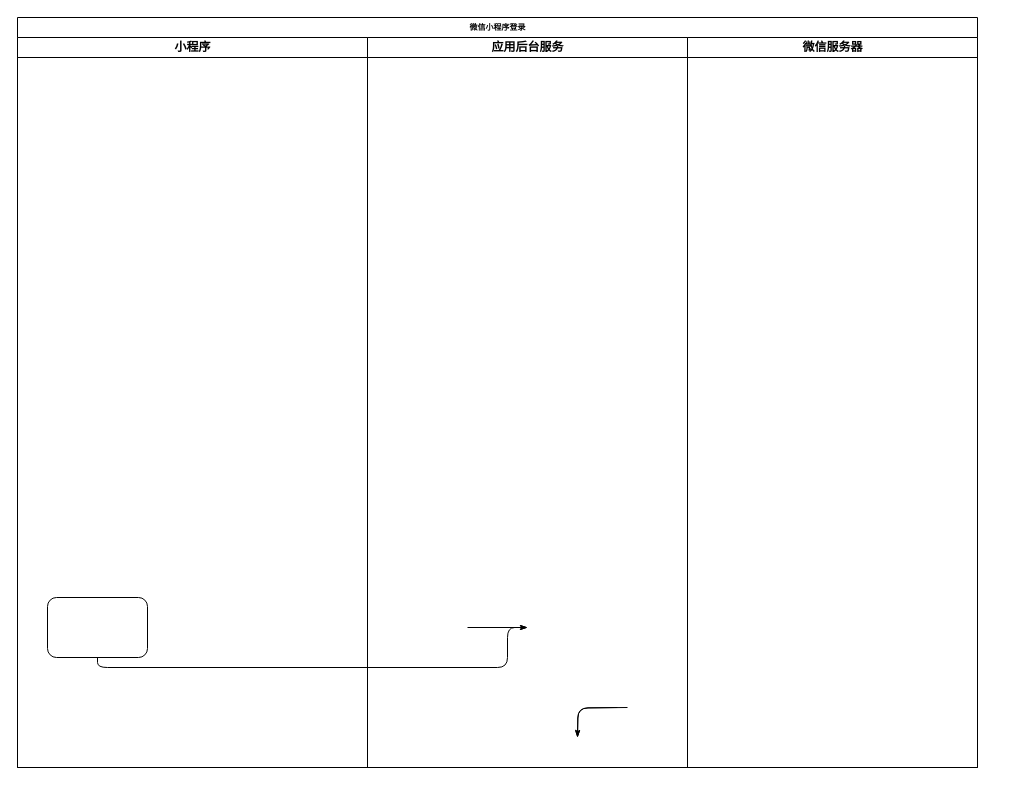
Above: 教育小程序登录.drawio in liangdengming/diagrams (draw.io), before the change. Source tidied: cells renumbered, new cells numbered last; positions are measured from the earlier drawing's top-left corner, leaving out a move shared by most shapes. Both pictures are drawn from the tidied source at 100%, with x=0, y=0 at pixel (17, 17).
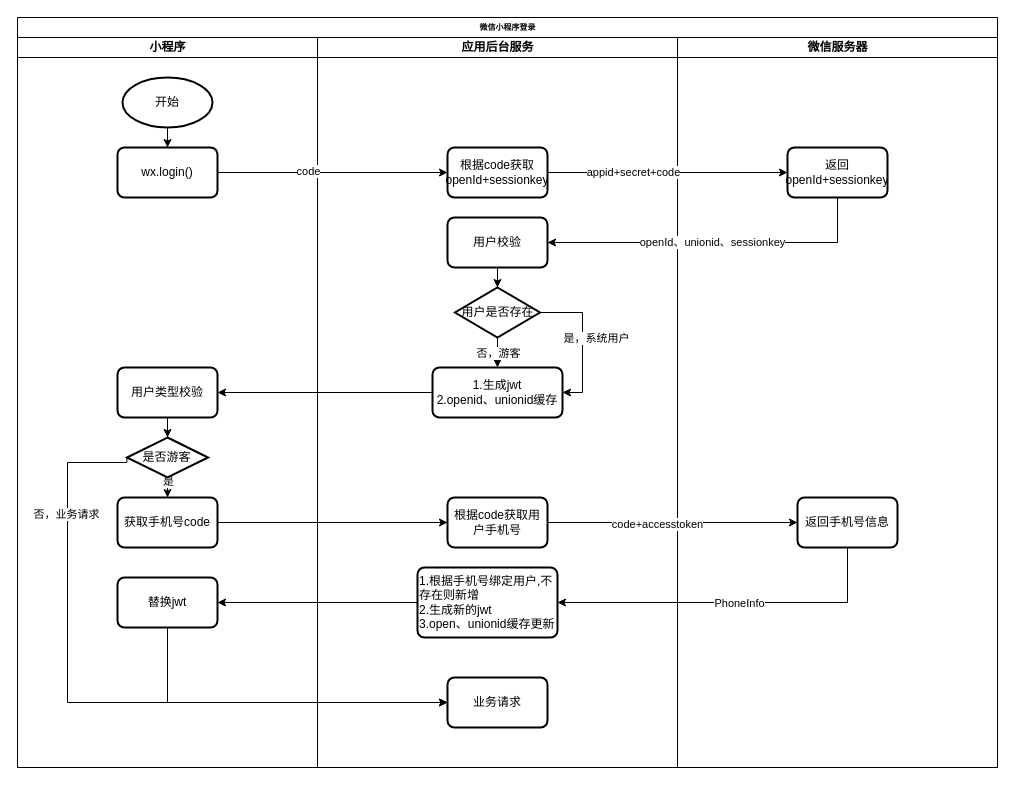
The same page after the edit.

Commit message (it also covers changes not shown here):
教育小程序登录.drawio

The edit, as a diff of the source:
```diff
@@
     <mxCell id="2" value="微信小程序登录" style="swimlane;html=1;startSize=20;rounded=0;shadow=0;labelBackgroundColor=none;strokeWidth=1;fontFamily=Verdana;fontSize=8;align=center;" parent="1" vertex="1">
-      <mxGeometry width="960" height="750" as="geometry" />
+      <mxGeometry width="980" height="750" as="geometry" />
     </mxCell>
     <mxCell id="3" value="小程序" style="swimlane;html=1;startSize=20;" parent="2" vertex="1">
-      <mxGeometry y="20" width="350" height="730" as="geometry" />
+      <mxGeometry y="20" width="300" height="730" as="geometry" />
     </mxCell>
-    <mxCell id="4" style="rounded=1;whiteSpace=wrap;html=1;shadow=0;labelBackgroundColor=none;strokeWidth=1;fontFamily=Verdana;fontSize=8;align=center;" parent="3" vertex="1">
-      <mxGeometry x="30" y="560" width="100" height="60" as="geometry" />
-    </mxCell>
-    <mxCell id="5" style="edgeStyle=orthogonalEdgeStyle;rounded=1;html=1;labelBackgroundColor=none;startArrow=none;startFill=0;startSize=5;endArrow=classicThin;endFill=1;endSize=5;jettySize=auto;orthogonalLoop=1;strokeWidth=1;fontFamily=Verdana;fontSize=8;" parent="2" edge="1">
-      <mxGeometry relative="1" as="geometry">
-        <mxPoint x="600" y="690" as="sourcePoint" />
-        <mxPoint x="560" y="720" as="targetPoint" />
-      </mxGeometry>
-    </mxCell>
-    <mxCell id="6" style="edgeStyle=orthogonalEdgeStyle;rounded=1;html=1;labelBackgroundColor=none;startArrow=none;startFill=0;startSize=5;endArrow=classicThin;endFill=1;endSize=5;jettySize=auto;orthogonalLoop=1;strokeWidth=1;fontFamily=Verdana;fontSize=8;" parent="2" edge="1">
-      <mxGeometry relative="1" as="geometry">
-        <mxPoint x="610" y="690" as="sourcePoint" />
-        <mxPoint x="560" y="720" as="targetPoint" />
-      </mxGeometry>
-    </mxCell>
-    <mxCell id="7" style="edgeStyle=orthogonalEdgeStyle;rounded=1;html=1;labelBackgroundColor=none;startArrow=none;startFill=0;startSize=5;endArrow=classicThin;endFill=1;endSize=5;jettySize=auto;strokeWidth=1;fontFamily=Verdana;fontSize=8;" parent="2" edge="1" source="4">
-      <mxGeometry relative="1" as="geometry">
-        <mxPoint x="510" y="610" as="targetPoint" />
-        <Array as="points">
-          <mxPoint x="80" y="650" />
-          <mxPoint x="490" y="650" />
-          <mxPoint x="490" y="610" />
-        </Array>
-      </mxGeometry>
-    </mxCell>
-    <mxCell id="8" style="edgeStyle=orthogonalEdgeStyle;rounded=1;html=1;labelBackgroundColor=none;startArrow=none;startFill=0;startSize=5;endArrow=classicThin;endFill=1;endSize=5;jettySize=auto;orthogonalLoop=1;strokeWidth=1;fontFamily=Verdana;fontSize=8;" parent="2" edge="1">
-      <mxGeometry relative="1" as="geometry">
-        <mxPoint x="450" y="610" as="sourcePoint" />
-        <mxPoint x="510" y="610" as="targetPoint" />
-      </mxGeometry>
-    </mxCell>
+    <mxCell id="11" style="edgeStyle=orthogonalEdgeStyle;rounded=0;jettySize=auto;html=1;entryX=0.5;entryY=0;entryDx=0;entryDy=0;" parent="3" edge="1" source="12" target="13">
+      <mxGeometry relative="1" as="geometry" />
+    </mxCell>
+    <mxCell id="12" value="开始" style="strokeWidth=2;html=1;shape=mxgraph.flowchart.start_1;whiteSpace=wrap;" parent="3" vertex="1">
+      <mxGeometry x="105" y="40" width="90" height="50" as="geometry" />
+    </mxCell>
+    <mxCell id="13" value="wx.login()" style="rounded=1;whiteSpace=wrap;html=1;absoluteArcSize=1;arcSize=14;strokeWidth=2;" parent="3" vertex="1">
+      <mxGeometry x="100" y="110" width="100" height="50" as="geometry" />
+    </mxCell>
+    <mxCell id="14" style="edgeStyle=orthogonalEdgeStyle;rounded=0;jettySize=auto;html=1;" parent="3" edge="1" source="15" target="18">
+      <mxGeometry relative="1" as="geometry" />
+    </mxCell>
+    <mxCell id="15" value="用户类型校验" style="rounded=1;whiteSpace=wrap;html=1;absoluteArcSize=1;arcSize=14;strokeWidth=2;" parent="3" vertex="1">
+      <mxGeometry x="100" y="330" width="100" height="50" as="geometry" />
+    </mxCell>
+    <mxCell id="16" style="edgeStyle=orthogonalEdgeStyle;rounded=0;jettySize=auto;html=1;entryX=0.5;entryY=0;entryDx=0;entryDy=0;" parent="3" edge="1" source="18" target="19">
+      <mxGeometry relative="1" as="geometry" />
+    </mxCell>
+    <mxCell id="17" value="是" style="edgeLabel;html=1;align=center;verticalAlign=middle;" parent="16" vertex="1">
+      <mxGeometry x="0.22" relative="1" as="geometry" />
+    </mxCell>
+    <mxCell id="18" value="是否游客" style="strokeWidth=2;html=1;shape=mxgraph.flowchart.decision;whiteSpace=wrap;" parent="3" vertex="1">
+      <mxGeometry x="109.4" y="400" width="81.2" height="40" as="geometry" />
+    </mxCell>
+    <mxCell id="19" value="获取手机号code" style="rounded=1;whiteSpace=wrap;html=1;absoluteArcSize=1;arcSize=14;strokeWidth=2;" parent="3" vertex="1">
+      <mxGeometry x="100" y="460" width="100" height="50" as="geometry" />
+    </mxCell>
+    <mxCell id="20" value="替换jwt" style="rounded=1;whiteSpace=wrap;html=1;absoluteArcSize=1;arcSize=14;strokeWidth=2;" parent="3" vertex="1">
+      <mxGeometry x="100" y="540" width="100" height="50" as="geometry" />
+    </mxCell>
     <mxCell id="9" value="应用后台服务" style="swimlane;html=1;startSize=20;" parent="2" vertex="1">
-      <mxGeometry x="350" y="20" width="320" height="730" as="geometry" />
+      <mxGeometry x="300" y="20" width="360" height="730" as="geometry" />
     </mxCell>
+    <mxCell id="21" value="根据code获取openId+sessionkey" style="rounded=1;whiteSpace=wrap;html=1;absoluteArcSize=1;arcSize=14;strokeWidth=2;" parent="9" vertex="1">
+      <mxGeometry x="130" y="110" width="100" height="50" as="geometry" />
+    </mxCell>
+    <mxCell id="22" style="edgeStyle=orthogonalEdgeStyle;rounded=0;jettySize=auto;html=1;entryX=0.5;entryY=0;entryDx=0;entryDy=0;entryPerimeter=0;" parent="9" edge="1" source="23" target="28">
+      <mxGeometry relative="1" as="geometry" />
+    </mxCell>
+    <mxCell id="23" value="用户校验" style="rounded=1;whiteSpace=wrap;html=1;absoluteArcSize=1;arcSize=14;strokeWidth=2;" parent="9" vertex="1">
+      <mxGeometry x="130" y="180" width="100" height="50" as="geometry" />
+    </mxCell>
+    <mxCell id="24" style="edgeStyle=orthogonalEdgeStyle;rounded=0;jettySize=auto;html=1;entryX=0.5;entryY=0;entryDx=0;entryDy=0;" parent="9" edge="1" source="28" target="29">
+      <mxGeometry relative="1" as="geometry" />
+    </mxCell>
+    <mxCell id="25" value="否，游客" style="edgeLabel;html=1;align=center;verticalAlign=middle;" parent="24" vertex="1">
+      <mxGeometry x="-0.42" y="2" relative="1" as="geometry">
+        <mxPoint x="-2" as="offset" />
+      </mxGeometry>
+    </mxCell>
+    <mxCell id="26" style="edgeStyle=orthogonalEdgeStyle;rounded=0;jettySize=auto;html=1;entryX=1;entryY=0.5;entryDx=0;entryDy=0;exitX=1;exitY=0.5;exitDx=0;exitDy=0;exitPerimeter=0;" parent="9" edge="1" source="28" target="29">
+      <mxGeometry relative="1" as="geometry" />
+    </mxCell>
+    <mxCell id="27" value="是，系统用户" style="edgeLabel;html=1;align=center;verticalAlign=middle;" parent="26" vertex="1">
+      <mxGeometry x="-0.51" y="-1" relative="1" as="geometry">
+        <mxPoint x="21" y="24" as="offset" />
+      </mxGeometry>
+    </mxCell>
+    <mxCell id="28" value="用户是否存在" style="strokeWidth=2;html=1;shape=mxgraph.flowchart.decision;whiteSpace=wrap;" parent="9" vertex="1">
+      <mxGeometry x="137.5" y="250" width="85" height="50" as="geometry" />
+    </mxCell>
+    <mxCell id="29" value="1.生成jwt&lt;br&gt;2.openid、unionid缓存" style="rounded=1;whiteSpace=wrap;html=1;absoluteArcSize=1;arcSize=14;strokeWidth=2;" parent="9" vertex="1">
+      <mxGeometry x="115" y="330" width="130" height="50" as="geometry" />
+    </mxCell>
+    <mxCell id="30" value="根据code获取用户手机号" style="rounded=1;whiteSpace=wrap;html=1;absoluteArcSize=1;arcSize=14;strokeWidth=2;" parent="9" vertex="1">
+      <mxGeometry x="130" y="460" width="100" height="50" as="geometry" />
+    </mxCell>
+    <mxCell id="31" value="1.根据手机号绑定用户,不存在则新增&lt;br&gt;2.生成新的jwt&lt;br&gt;3.open、unionid缓存更新" style="rounded=1;whiteSpace=wrap;html=1;absoluteArcSize=1;arcSize=14;strokeWidth=2;align=left;" parent="9" vertex="1">
+      <mxGeometry x="100" y="530" width="140" height="70" as="geometry" />
+    </mxCell>
+    <mxCell id="32" value="业务请求" style="rounded=1;whiteSpace=wrap;html=1;absoluteArcSize=1;arcSize=14;strokeWidth=2;" parent="9" vertex="1">
+      <mxGeometry x="130" y="640" width="100" height="50" as="geometry" />
+    </mxCell>
     <mxCell id="10" value="微信服务器" style="swimlane;html=1;startSize=20;" parent="2" vertex="1">
-      <mxGeometry x="670" y="20" width="290" height="730" as="geometry" />
+      <mxGeometry x="660" y="20" width="320" height="730" as="geometry" />
     </mxCell>
+    <mxCell id="33" value="返回openId+sessionkey" style="rounded=1;whiteSpace=wrap;html=1;absoluteArcSize=1;arcSize=14;strokeWidth=2;" parent="10" vertex="1">
+      <mxGeometry x="110" y="110" width="100" height="50" as="geometry" />
+    </mxCell>
+    <mxCell id="34" value="返回手机号信息" style="rounded=1;whiteSpace=wrap;html=1;absoluteArcSize=1;arcSize=14;strokeWidth=2;" parent="10" vertex="1">
+      <mxGeometry x="120" y="460" width="100" height="50" as="geometry" />
+    </mxCell>
+    <mxCell id="35" style="edgeStyle=orthogonalEdgeStyle;rounded=0;jettySize=auto;html=1;entryX=0;entryY=0.5;entryDx=0;entryDy=0;" parent="2" edge="1" source="13" target="21">
+      <mxGeometry relative="1" as="geometry" />
+    </mxCell>
+    <mxCell id="36" value="code" style="edgeLabel;html=1;align=center;verticalAlign=middle;" parent="35" vertex="1">
+      <mxGeometry x="-0.22" y="2" relative="1" as="geometry" />
+    </mxCell>
+    <mxCell id="37" style="edgeStyle=orthogonalEdgeStyle;rounded=0;jettySize=auto;html=1;" parent="2" edge="1" source="21" target="33">
+      <mxGeometry relative="1" as="geometry" />
+    </mxCell>
+    <mxCell id="38" value="appid+secret+code" style="edgeLabel;html=1;align=center;verticalAlign=middle;" parent="37" vertex="1">
+      <mxGeometry x="-0.29" y="1" relative="1" as="geometry" />
+    </mxCell>
+    <mxCell id="39" style="edgeStyle=orthogonalEdgeStyle;rounded=0;jettySize=auto;html=1;entryX=1;entryY=0.5;entryDx=0;entryDy=0;exitX=0.5;exitY=1;exitDx=0;exitDy=0;" parent="2" edge="1" source="33" target="23">
+      <mxGeometry relative="1" as="geometry" />
+    </mxCell>
+    <mxCell id="40" value="openId、unionid、sessionkey" style="edgeLabel;html=1;align=center;verticalAlign=middle;" parent="39" vertex="1">
+      <mxGeometry x="0.02" y="-1" relative="1" as="geometry" />
+    </mxCell>
+    <mxCell id="41" style="edgeStyle=orthogonalEdgeStyle;rounded=0;jettySize=auto;html=1;" parent="2" edge="1" source="29" target="15">
+      <mxGeometry relative="1" as="geometry" />
+    </mxCell>
+    <mxCell id="42" style="edgeStyle=orthogonalEdgeStyle;rounded=0;jettySize=auto;html=1;" parent="2" edge="1" source="19" target="30">
+      <mxGeometry relative="1" as="geometry" />
+    </mxCell>
+    <mxCell id="43" style="edgeStyle=orthogonalEdgeStyle;rounded=0;jettySize=auto;html=1;" parent="2" edge="1" source="30" target="34">
+      <mxGeometry relative="1" as="geometry" />
+    </mxCell>
+    <mxCell id="44" value="code+accesstoken" style="edgeLabel;html=1;align=center;verticalAlign=middle;" parent="43" vertex="1">
+      <mxGeometry x="-0.13" y="-1" relative="1" as="geometry" />
+    </mxCell>
+    <mxCell id="45" style="edgeStyle=orthogonalEdgeStyle;rounded=0;jettySize=auto;html=1;entryX=1;entryY=0.5;entryDx=0;entryDy=0;exitX=0.5;exitY=1;exitDx=0;exitDy=0;" parent="2" edge="1" source="34" target="31">
+      <mxGeometry relative="1" as="geometry" />
+    </mxCell>
+    <mxCell id="46" value="PhoneInfo" style="edgeLabel;html=1;align=center;verticalAlign=middle;" parent="45" vertex="1">
+      <mxGeometry x="-0.05" relative="1" as="geometry" />
+    </mxCell>
+    <mxCell id="47" style="edgeStyle=orthogonalEdgeStyle;rounded=0;jettySize=auto;html=1;entryX=1;entryY=0.5;entryDx=0;entryDy=0;" parent="2" edge="1" source="31" target="20">
+      <mxGeometry relative="1" as="geometry" />
+    </mxCell>
+    <mxCell id="48" style="edgeStyle=orthogonalEdgeStyle;rounded=0;jettySize=auto;html=1;entryX=0;entryY=0.5;entryDx=0;entryDy=0;exitX=0.5;exitY=1;exitDx=0;exitDy=0;" parent="2" edge="1" source="20" target="32">
+      <mxGeometry relative="1" as="geometry" />
+    </mxCell>
+    <mxCell id="49" style="edgeStyle=orthogonalEdgeStyle;rounded=0;jettySize=auto;html=1;entryX=0;entryY=0.5;entryDx=0;entryDy=0;exitX=0;exitY=0.5;exitDx=0;exitDy=0;exitPerimeter=0;" parent="2" edge="1" source="18" target="32">
+      <mxGeometry relative="1" as="geometry">
+        <Array as="points">
+          <mxPoint x="109" y="445" />
+          <mxPoint x="50" y="445" />
+          <mxPoint x="50" y="685" />
+          <mxPoint x="430" y="685" />
+        </Array>
+      </mxGeometry>
+    </mxCell>
+    <mxCell id="50" value="否，业务请求" style="edgeLabel;html=1;align=center;verticalAlign=middle;" parent="49" vertex="1">
+      <mxGeometry x="-0.66" y="-2" relative="1" as="geometry" />
+    </mxCell>
```
